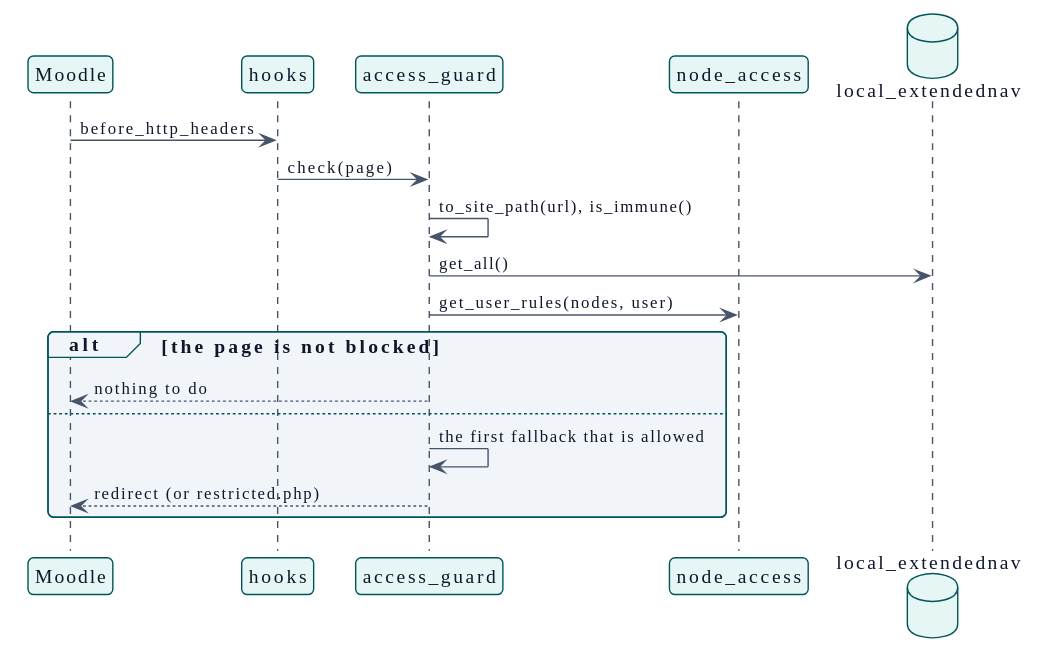
Before: docs/es/technical/design/use-cases/blockUrl/sequence.svg, a diagram exported from PlantUML (didactika/moodle-local_extendednav).
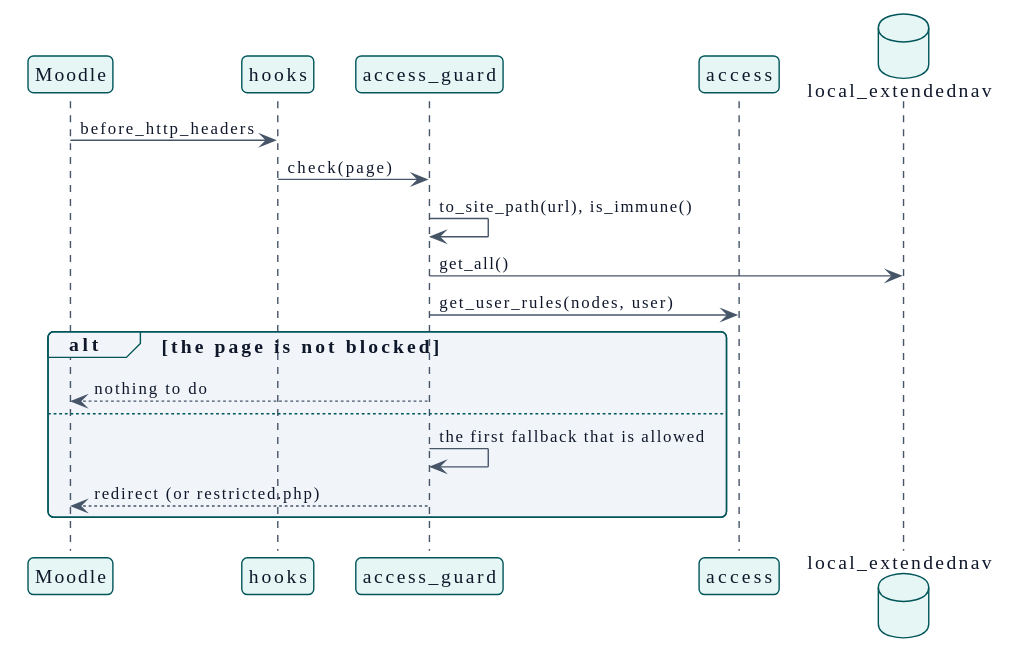
Later version of the same file.

What changed in the source:
```diff
@@ -109,7 +109,7 @@
 participant "Moodle" as moodle
 participant "hooks" as hooks
 participant "access_guard" as guard
-participant "node_access" as access
+participant "access" as access
 database "local_extendednav" as table
 
 moodle -> hooks : before_http_headers
```
